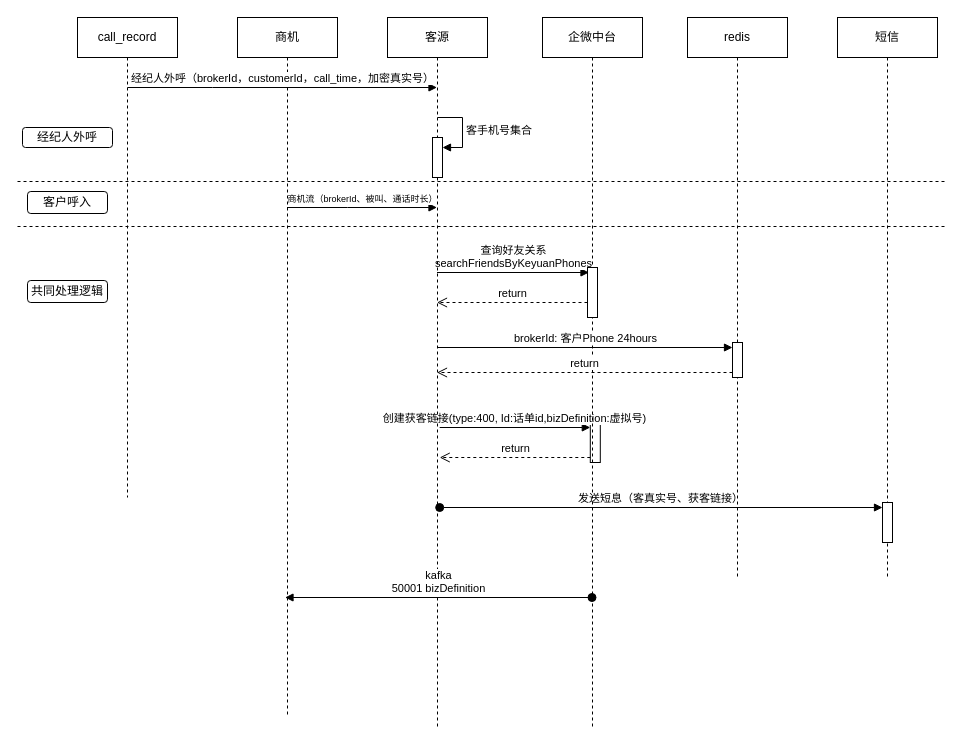
Before: 未命名绘图.drawio in SmellyTrotter/draw.io, a draw.io diagram. Source tidied: cells renumbered, new cells numbered last; positions are measured from the earlier drawing's top-left corner, leaving out a move shared by most shapes. Both pictures are drawn from the tidied source at 100%, with x=0, y=0 at pixel (17, 17).
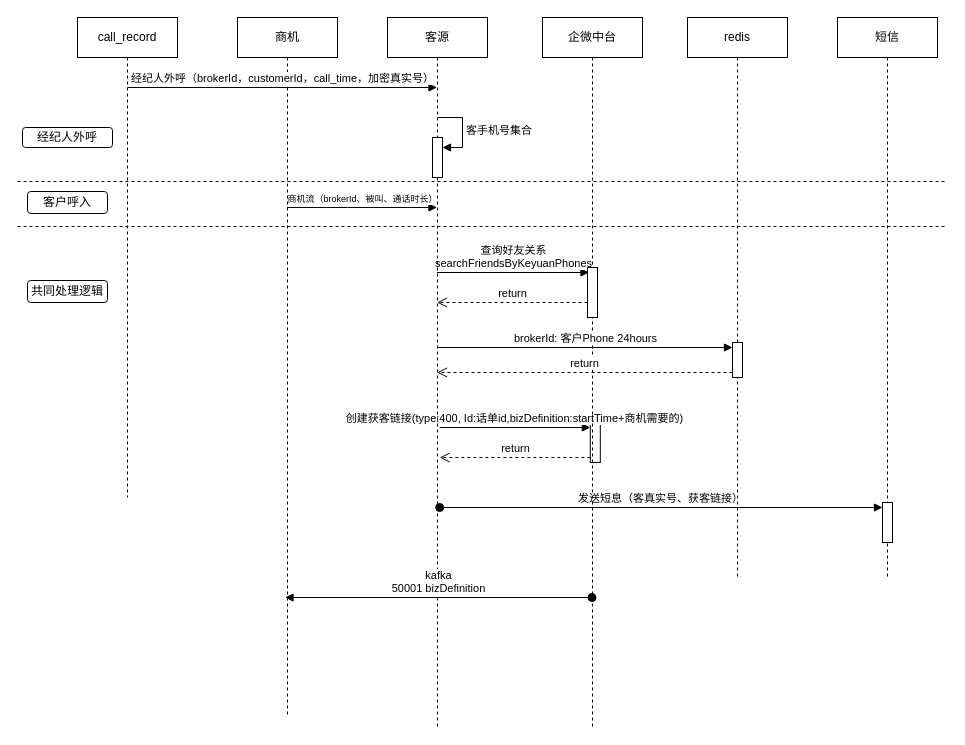
Above is the later version.

Commit message:
更新未命名绘图.drawio

Unchanged cells that the change refers to:
```xml
<mxCell id="6" style="html=1;points=[[0,0,0,0,5],[0,1,0,0,-5],[1,0,0,0,5],[1,1,0,0,-5]];perimeter=orthogonalPerimeter;outlineConnect=0;targetShapes=umlLifeline;portConstraint=eastwest;newEdgeStyle={&quot;curved&quot;:0,&quot;rounded&quot;:0};" parent="1" vertex="1">
  <mxGeometry x="572.8" y="405" width="10" height="40" as="geometry" />
</mxCell>
```

Diff of the diagram source:
```diff
@@
-    <mxCell id="7" value="&lt;div&gt;创建获客链接(type:400, Id:话单id,bizDefinition:虚拟号)&lt;/div&gt;" style="html=1;verticalAlign=bottom;endArrow=block;curved=0;rounded=0;entryX=0;entryY=0;entryDx=0;entryDy=5;" parent="1" edge="1" target="6">
+    <mxCell id="7" value="&lt;div&gt;创建获客链接(type:400, Id:话单id,bizDefinition:startTime+商机需要的)&lt;/div&gt;" style="html=1;verticalAlign=bottom;endArrow=block;curved=0;rounded=0;entryX=0;entryY=0;entryDx=0;entryDy=5;" parent="1" edge="1" target="6">
       <mxGeometry relative="1" as="geometry">
         <mxPoint x="422.2" y="410" as="sourcePoint" />
       </mxGeometry>
     </mxCell>
```
